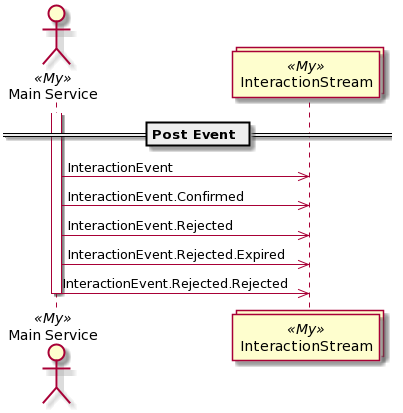
Before: docs/tuc/examples/post-event.png, a diagram exported from PlantUML (TypedUseCase/tuc-console). Source of this version:
```plantuml
@startuml


== Post Event ==

actor "Main Service" as MainService <<My>>
collections "InteractionStream" as InteractionStream <<My>>

activate MainService
MainService ->> InteractionStream: InteractionEvent
MainService ->> InteractionStream: InteractionEvent.Confirmed
MainService ->> InteractionStream: InteractionEvent.Rejected
MainService ->> InteractionStream: InteractionEvent.Rejected.Expired
MainService ->> InteractionStream: InteractionEvent.Rejected.Rejected

deactivate MainService
@enduml
```
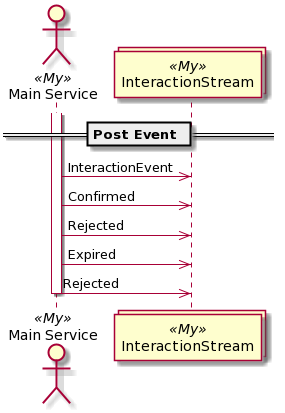
After the change.

What changed in the source:
```diff
@@ -8,10 +8,10 @@
 
 activate MainService
 MainService ->> InteractionStream: InteractionEvent
-MainService ->> InteractionStream: InteractionEvent.Confirmed
-MainService ->> InteractionStream: InteractionEvent.Rejected
-MainService ->> InteractionStream: InteractionEvent.Rejected.Expired
-MainService ->> InteractionStream: InteractionEvent.Rejected.Rejected
+MainService ->> InteractionStream: Confirmed
+MainService ->> InteractionStream: Rejected
+MainService ->> InteractionStream: Expired
+MainService ->> InteractionStream: Rejected
 
 deactivate MainService
 @enduml
```
